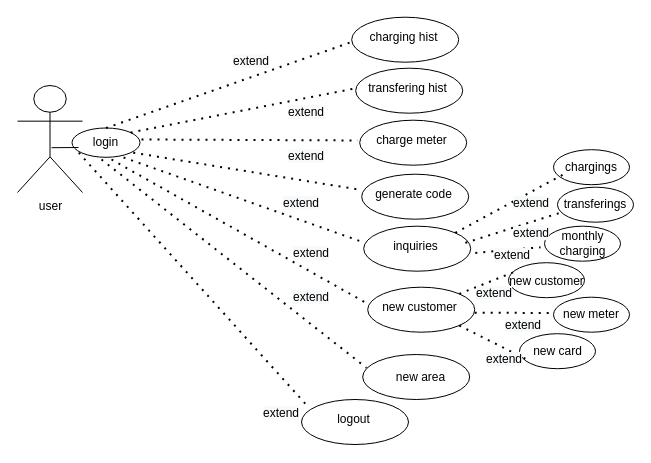
Earlier version of the draw.io diagram Untitled Diagram.drawio (shamaabuhassan/Charts). Source tidied: cells renumbered, new cells numbered last; positions are measured from the earlier drawing's top-left corner, leaving out a move shared by most shapes. Both pictures are drawn from the tidied source at 100%, with x=0, y=0 at pixel (17, 17).
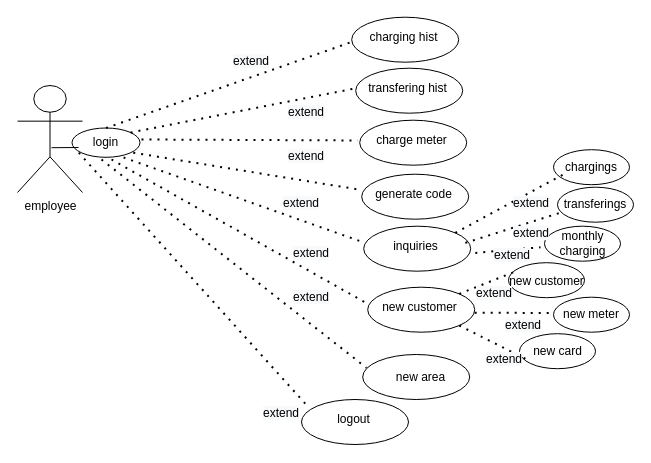
After the change.

Diff of the diagram source:
```diff
@@
-    <mxCell id="2" value="user" style="shape=umlActor;verticalLabelPosition=bottom;labelBackgroundColor=#ffffff;verticalAlign=top;html=1;" parent="1" vertex="1">
+    <mxCell id="2" value="employee" style="shape=umlActor;verticalLabelPosition=bottom;labelBackgroundColor=#ffffff;verticalAlign=top;html=1;" parent="1" vertex="1">
       <mxGeometry y="68" width="65" height="107" as="geometry" />
     </mxCell>
```
